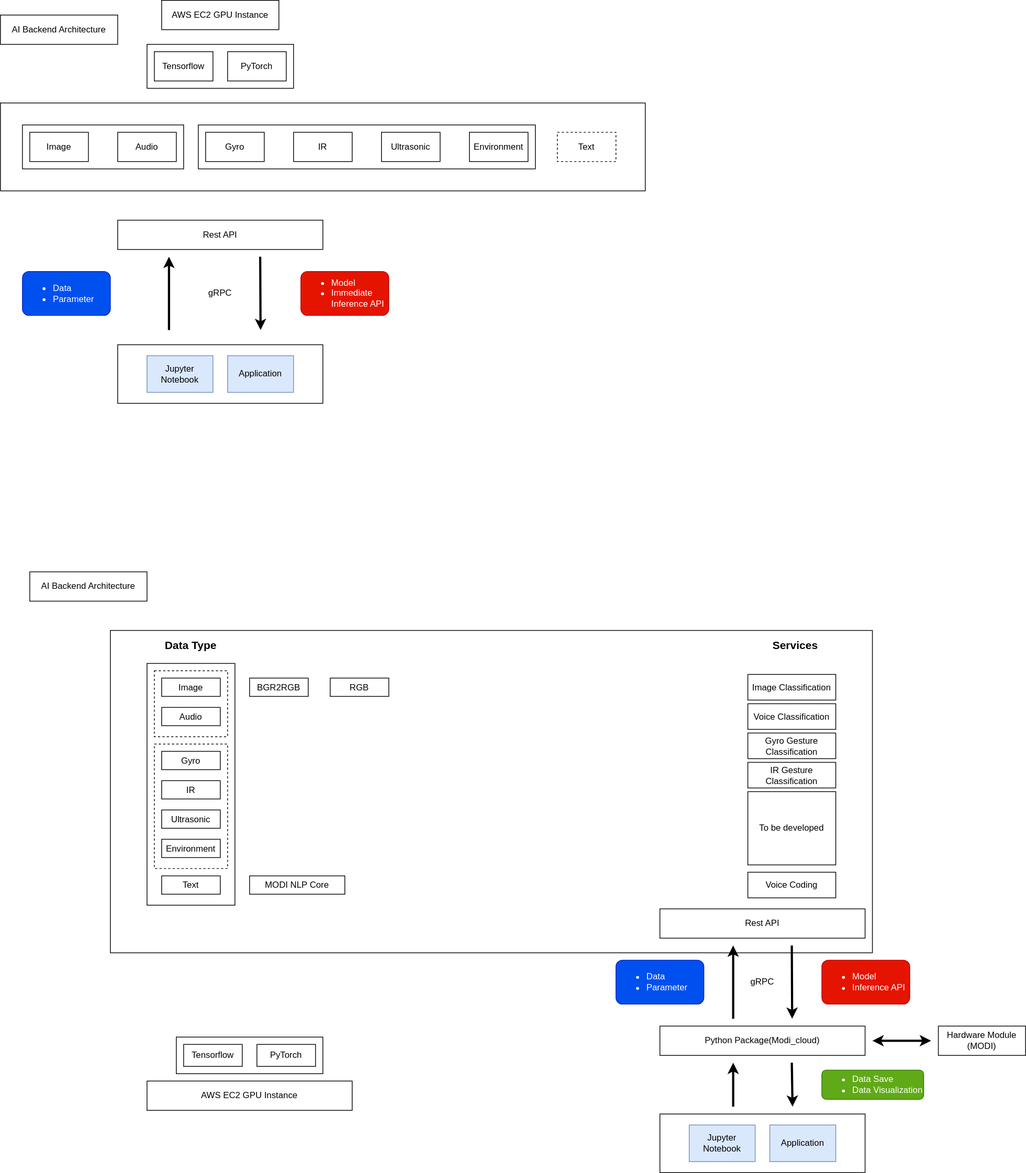
Above: test.svg in wsy8029/ml-api-server (draw.io), before the change. Source tidied: cells renumbered, new cells last; positions are measured from the earlier drawing's top-left corner, leaving out a move shared by most shapes.
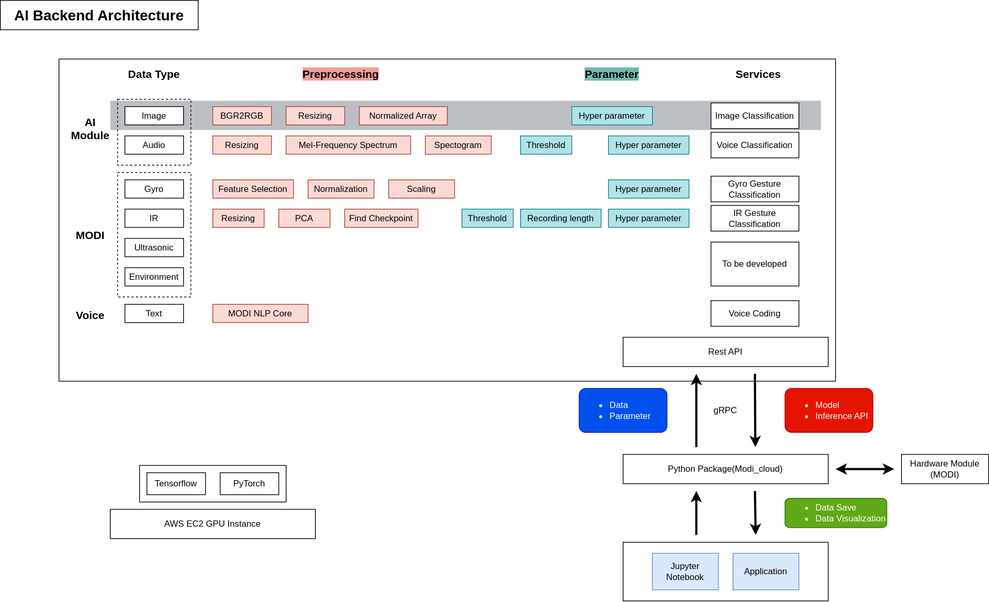
Later version of the same file.

Commit message:
AI Backend Architecture to v0.2

The edit, as a diff of the source:
```diff
@@ -3,90 +3,12 @@
     <mxCell id="0" />
     <mxCell id="1" parent="0" />
     <mxCell id="2" style="rounded=0;whiteSpace=wrap;html=1;align=left;" parent="1" vertex="1">
-      <mxGeometry x="150" y="860" width="1040" height="440" as="geometry" />
+      <mxGeometry x="130" y="860" width="1060" height="440" as="geometry" />
     </mxCell>
-    <mxCell id="3" style="rounded=0;whiteSpace=wrap;html=1;" parent="1" vertex="1">
-      <mxGeometry y="140" width="880" height="120" as="geometry" />
-    </mxCell>
-    <mxCell id="4" style="rounded=0;whiteSpace=wrap;html=1;" parent="1" vertex="1">
-      <mxGeometry x="30" y="170" width="220" height="60" as="geometry" />
-    </mxCell>
-    <mxCell id="5" style="rounded=0;whiteSpace=wrap;html=1;" parent="1" vertex="1">
-      <mxGeometry x="270" y="170" width="460" height="60" as="geometry" />
-    </mxCell>
-    <mxCell id="6" style="rounded=0;whiteSpace=wrap;html=1;" parent="1" vertex="1">
-      <mxGeometry x="160" y="470" width="280" height="80" as="geometry" />
-    </mxCell>
-    <mxCell id="7" value="Rest API" style="rounded=0;whiteSpace=wrap;html=1;" parent="1" vertex="1">
-      <mxGeometry x="160" y="300" width="280" height="40" as="geometry" />
-    </mxCell>
-    <mxCell id="8" style="rounded=0;whiteSpace=wrap;html=1;" parent="1" vertex="1">
-      <mxGeometry x="200" y="60" width="200" height="60" as="geometry" />
-    </mxCell>
-    <mxCell id="9" value="AI Backend Architecture" style="rounded=0;whiteSpace=wrap;html=1;" parent="1" vertex="1">
-      <mxGeometry y="20" width="160" height="40" as="geometry" />
-    </mxCell>
-    <mxCell id="10" value="Jupyter Notebook" style="rounded=0;whiteSpace=wrap;html=1;fillColor=#dae8fc;strokeColor=#6c8ebf;" parent="1" vertex="1">
-      <mxGeometry x="200" y="485" width="90" height="50" as="geometry" />
-    </mxCell>
-    <mxCell id="11" value="Application" style="rounded=0;whiteSpace=wrap;html=1;fillColor=#dae8fc;strokeColor=#6c8ebf;" parent="1" vertex="1">
-      <mxGeometry x="310" y="485" width="90" height="50" as="geometry" />
-    </mxCell>
-    <mxCell id="12" value="Tensorflow" style="rounded=0;whiteSpace=wrap;html=1;" parent="1" vertex="1">
-      <mxGeometry x="210" y="70" width="80" height="40" as="geometry" />
-    </mxCell>
-    <mxCell id="13" value="PyTorch" style="rounded=0;whiteSpace=wrap;html=1;" parent="1" vertex="1">
-      <mxGeometry x="310" y="70" width="80" height="40" as="geometry" />
-    </mxCell>
-    <mxCell id="14" style="endArrow=classic;html=1;strokeWidth=3;rounded=1;" parent="1" edge="1">
-      <mxGeometry relative="1" as="geometry">
-        <mxPoint x="230" y="450" as="sourcePoint" />
-        <mxPoint x="230" y="350" as="targetPoint" />
-      </mxGeometry>
-    </mxCell>
-    <mxCell id="15" style="endArrow=classic;html=1;strokeWidth=3;rounded=1;" parent="1" edge="1">
-      <mxGeometry relative="1" as="geometry">
-        <mxPoint x="354.5" y="350" as="sourcePoint" />
-        <mxPoint x="355" y="450" as="targetPoint" />
-      </mxGeometry>
-    </mxCell>
-    <mxCell id="16" value="&lt;ul&gt;&lt;li&gt;Data&lt;/li&gt;&lt;li&gt;Parameter&lt;/li&gt;&lt;/ul&gt;" style="rounded=1;whiteSpace=wrap;html=1;fillColor=#0050ef;strokeColor=#001DBC;fontColor=#ffffff;align=left;" parent="1" vertex="1">
-      <mxGeometry x="30" y="370" width="120" height="60" as="geometry" />
-    </mxCell>
-    <mxCell id="17" value="&lt;ul&gt;&lt;li&gt;Model&lt;/li&gt;&lt;li&gt;Immediate Inference API&lt;/li&gt;&lt;/ul&gt;" style="rounded=1;whiteSpace=wrap;html=1;fillColor=#e51400;strokeColor=#B20000;fontColor=#ffffff;align=left;" parent="1" vertex="1">
-      <mxGeometry x="410" y="370" width="120" height="60" as="geometry" />
-    </mxCell>
-    <mxCell id="18" value="gRPC" style="text;html=1;strokeColor=none;fillColor=none;align=center;verticalAlign=middle;whiteSpace=wrap;rounded=0;" parent="1" vertex="1">
-      <mxGeometry x="280" y="390" width="40" height="20" as="geometry" />
-    </mxCell>
-    <mxCell id="19" value="Image" style="rounded=0;whiteSpace=wrap;html=1;" parent="1" vertex="1">
-      <mxGeometry x="40" y="180" width="80" height="40" as="geometry" />
-    </mxCell>
-    <mxCell id="20" value="Audio" style="rounded=0;whiteSpace=wrap;html=1;" parent="1" vertex="1">
-      <mxGeometry x="160" y="180" width="80" height="40" as="geometry" />
-    </mxCell>
-    <mxCell id="21" value="Text" style="rounded=0;whiteSpace=wrap;html=1;dashed=1;" parent="1" vertex="1">
-      <mxGeometry x="760" y="180" width="80" height="40" as="geometry" />
-    </mxCell>
-    <mxCell id="22" value="Gyro" style="rounded=0;whiteSpace=wrap;html=1;" parent="1" vertex="1">
-      <mxGeometry x="280" y="180" width="80" height="40" as="geometry" />
-    </mxCell>
-    <mxCell id="23" value="IR" style="rounded=0;whiteSpace=wrap;html=1;" parent="1" vertex="1">
-      <mxGeometry x="400" y="180" width="80" height="40" as="geometry" />
-    </mxCell>
-    <mxCell id="24" value="Ultrasonic" style="rounded=0;whiteSpace=wrap;html=1;" parent="1" vertex="1">
-      <mxGeometry x="520" y="180" width="80" height="40" as="geometry" />
-    </mxCell>
-    <mxCell id="25" value="Environment" style="rounded=0;whiteSpace=wrap;html=1;" parent="1" vertex="1">
-      <mxGeometry x="640" y="180" width="80" height="40" as="geometry" />
-    </mxCell>
-    <mxCell id="26" value="AWS EC2 GPU Instance" style="rounded=0;whiteSpace=wrap;html=1;" parent="1" vertex="1">
-      <mxGeometry x="220" width="160" height="40" as="geometry" />
-    </mxCell>
-    <mxCell id="27" style="rounded=0;whiteSpace=wrap;html=1;" parent="1" vertex="1">
-      <mxGeometry x="200" y="905" width="120" height="330" as="geometry" />
-    </mxCell>
+    <mxCell id="68" style="rounded=0;whiteSpace=wrap;html=1;fontSize=15;align=left;fontColor=#ffffff;strokeColor=none;fillColor=#BBBFC4;" parent="1" vertex="1">
+      <mxGeometry x="200" y="917" width="970" height="40" as="geometry" />
+    </mxCell>
-    <mxCell id="28" style="rounded=0;whiteSpace=wrap;html=1;dashed=1;" parent="1" vertex="1">
+    <mxCell id="28" style="rounded=0;whiteSpace=wrap;html=1;dashed=1;fillColor=none;" parent="1" vertex="1">
       <mxGeometry x="210" y="915" width="100" height="90" as="geometry" />
     </mxCell>
     <mxCell id="29" style="rounded=0;whiteSpace=wrap;html=1;dashed=1;" parent="1" vertex="1">
@@ -101,8 +23,8 @@
     <mxCell id="32" style="rounded=0;whiteSpace=wrap;html=1;" parent="1" vertex="1">
       <mxGeometry x="240" y="1415" width="200" height="50" as="geometry" />
     </mxCell>
-    <mxCell id="33" value="AI Backend Architecture" style="rounded=0;whiteSpace=wrap;html=1;" parent="1" vertex="1">
-      <mxGeometry x="40" y="780" width="160" height="40" as="geometry" />
+    <mxCell id="33" value="AI Backend Architecture" style="rounded=0;whiteSpace=wrap;html=1;fontStyle=1;fontSize=20;" parent="1" vertex="1">
+      <mxGeometry x="50" y="780" width="270" height="40" as="geometry" />
     </mxCell>
     <mxCell id="34" value="Jupyter Notebook" style="rounded=0;whiteSpace=wrap;html=1;fillColor=#dae8fc;strokeColor=#6c8ebf;" parent="1" vertex="1">
       <mxGeometry x="940" y="1535" width="90" height="50" as="geometry" />
@@ -191,7 +113,7 @@
     <mxCell id="57" value="Data Type" style="text;html=1;strokeColor=none;fillColor=none;align=center;verticalAlign=middle;whiteSpace=wrap;rounded=0;labelBorderColor=none;fontStyle=1;fontSize=15;" parent="1" vertex="1">
       <mxGeometry x="215" y="870" width="90" height="20" as="geometry" />
     </mxCell>
-    <mxCell id="58" value="MODI NLP Core" style="rounded=0;whiteSpace=wrap;html=1;align=center;" parent="1" vertex="1">
+    <mxCell id="58" value="MODI NLP Core" style="rounded=0;whiteSpace=wrap;html=1;align=center;fillColor=#fad9d5;strokeColor=#ae4132;" parent="1" vertex="1">
       <mxGeometry x="340" y="1195" width="130" height="25" as="geometry" />
     </mxCell>
     <mxCell id="59" value="Services" style="text;html=1;strokeColor=none;fillColor=none;align=center;verticalAlign=middle;whiteSpace=wrap;rounded=0;labelBorderColor=none;fontStyle=1;fontSize=15;" parent="1" vertex="1">
@@ -204,22 +126,88 @@
       <mxGeometry x="1020" y="960" width="120" height="35" as="geometry" />
     </mxCell>
     <mxCell id="62" value="Gyro Gesture Classification" style="rounded=0;whiteSpace=wrap;html=1;" parent="1" vertex="1">
-      <mxGeometry x="1020" y="1000" width="120" height="35" as="geometry" />
+      <mxGeometry x="1020" y="1020" width="120" height="35" as="geometry" />
     </mxCell>
     <mxCell id="63" value="IR Gesture Classification" style="rounded=0;whiteSpace=wrap;html=1;" parent="1" vertex="1">
-      <mxGeometry x="1020" y="1040" width="120" height="35" as="geometry" />
+      <mxGeometry x="1020" y="1060" width="120" height="35" as="geometry" />
     </mxCell>
     <mxCell id="64" value="To be developed" style="rounded=0;whiteSpace=wrap;html=1;" parent="1" vertex="1">
-      <mxGeometry x="1020" y="1080" width="120" height="100" as="geometry" />
+      <mxGeometry x="1020" y="1110" width="120" height="60" as="geometry" />
     </mxCell>
     <mxCell id="65" value="Voice Coding" style="rounded=0;whiteSpace=wrap;html=1;align=center;" parent="1" vertex="1">
       <mxGeometry x="1020" y="1190" width="120" height="35" as="geometry" />
     </mxCell>
-    <mxCell id="66" value="BGR2RGB" style="rounded=0;whiteSpace=wrap;html=1;" parent="1" vertex="1">
+    <mxCell id="66" value="BGR2RGB" style="rounded=0;whiteSpace=wrap;html=1;fillColor=#fad9d5;strokeColor=#ae4132;" parent="1" vertex="1">
       <mxGeometry x="340" y="925" width="80" height="25" as="geometry" />
     </mxCell>
-    <mxCell id="67" value="RGB" style="rounded=0;whiteSpace=wrap;html=1;" parent="1" vertex="1">
-      <mxGeometry x="450" y="925" width="80" height="25" as="geometry" />
+    <mxCell id="67" value="Resizing" style="rounded=0;whiteSpace=wrap;html=1;fillColor=#fad9d5;strokeColor=#ae4132;" parent="1" vertex="1">
+      <mxGeometry x="440" y="925" width="80" height="25" as="geometry" />
     </mxCell>
+    <mxCell id="69" value="Normalized Array" style="rounded=0;whiteSpace=wrap;html=1;fillColor=#fad9d5;strokeColor=#ae4132;" parent="1" vertex="1">
+      <mxGeometry x="540" y="925" width="120" height="25" as="geometry" />
+    </mxCell>
+    <mxCell id="70" value="AI&lt;br&gt;Module" style="text;html=1;strokeColor=none;fillColor=none;align=center;verticalAlign=middle;whiteSpace=wrap;rounded=0;fontSize=15;fontStyle=1;" parent="1" vertex="1">
+      <mxGeometry x="153" y="945" width="40" height="20" as="geometry" />
+    </mxCell>
+    <mxCell id="71" value="MODI" style="text;html=1;strokeColor=none;fillColor=none;align=center;verticalAlign=middle;whiteSpace=wrap;rounded=0;fontSize=15;fontStyle=1;" parent="1" vertex="1">
+      <mxGeometry x="153" y="1090" width="40" height="20" as="geometry" />
+    </mxCell>
+    <mxCell id="72" value="Voice" style="text;html=1;strokeColor=none;fillColor=none;align=center;verticalAlign=middle;whiteSpace=wrap;rounded=0;fontSize=15;fontStyle=1;" parent="1" vertex="1">
+      <mxGeometry x="153" y="1200" width="40" height="20" as="geometry" />
+    </mxCell>
+    <mxCell id="73" value="Resizing" style="rounded=0;whiteSpace=wrap;html=1;fillColor=#fad9d5;strokeColor=#ae4132;" parent="1" vertex="1">
+      <mxGeometry x="340" y="965" width="80" height="25" as="geometry" />
+    </mxCell>
+    <mxCell id="74" value="Mel-Frequency Spectrum" style="rounded=0;whiteSpace=wrap;html=1;fillColor=#fad9d5;strokeColor=#ae4132;" parent="1" vertex="1">
+      <mxGeometry x="440" y="965" width="170" height="25" as="geometry" />
+    </mxCell>
+    <mxCell id="75" value="Spectogram" style="rounded=0;whiteSpace=wrap;html=1;fillColor=#fad9d5;strokeColor=#ae4132;" parent="1" vertex="1">
+      <mxGeometry x="630" y="965" width="90" height="25" as="geometry" />
+    </mxCell>
+    <mxCell id="76" value="Normalization" style="rounded=0;whiteSpace=wrap;html=1;fillColor=#fad9d5;strokeColor=#ae4132;" parent="1" vertex="1">
+      <mxGeometry x="470" y="1025" width="90" height="25" as="geometry" />
+    </mxCell>
+    <mxCell id="77" value="Feature Selection" style="rounded=0;whiteSpace=wrap;html=1;fillColor=#fad9d5;strokeColor=#ae4132;" parent="1" vertex="1">
+      <mxGeometry x="340" y="1025" width="110" height="25" as="geometry" />
+    </mxCell>
+    <mxCell id="78" value="Scaling" style="rounded=0;whiteSpace=wrap;html=1;fillColor=#fad9d5;strokeColor=#ae4132;" parent="1" vertex="1">
+      <mxGeometry x="580" y="1025" width="90" height="25" as="geometry" />
+    </mxCell>
+    <mxCell id="79" value="Preprocessing" style="text;html=1;strokeColor=none;fillColor=none;align=center;verticalAlign=middle;whiteSpace=wrap;rounded=0;labelBorderColor=none;fontStyle=1;fontSize=15;labelBackgroundColor=#F19C99;" parent="1" vertex="1">
+      <mxGeometry x="470" y="870" width="90" height="20" as="geometry" />
+    </mxCell>
+    <mxCell id="80" value="Parameter" style="text;html=1;strokeColor=none;fillColor=none;align=center;verticalAlign=middle;whiteSpace=wrap;rounded=0;labelBorderColor=none;fontStyle=1;fontSize=15;labelBackgroundColor=#70BAAD;" parent="1" vertex="1">
+      <mxGeometry x="840" y="870" width="90" height="20" as="geometry" />
+    </mxCell>
+    <mxCell id="81" value="Resizing" style="rounded=0;whiteSpace=wrap;html=1;fillColor=#fad9d5;strokeColor=#ae4132;" parent="1" vertex="1">
+      <mxGeometry x="340" y="1065" width="70" height="25" as="geometry" />
+    </mxCell>
+    <mxCell id="82" value="Threshold" style="rounded=0;whiteSpace=wrap;html=1;fillColor=#b0e3e6;strokeColor=#0e8088;" parent="1" vertex="1">
+      <mxGeometry x="680" y="1065" width="70" height="25" as="geometry" />
+    </mxCell>
+    <mxCell id="83" value="Recording length" style="rounded=0;whiteSpace=wrap;html=1;fillColor=#b0e3e6;strokeColor=#0e8088;" parent="1" vertex="1">
+      <mxGeometry x="760" y="1065" width="110" height="25" as="geometry" />
+    </mxCell>
+    <mxCell id="84" value="PCA" style="rounded=0;whiteSpace=wrap;html=1;fillColor=#fad9d5;strokeColor=#ae4132;" parent="1" vertex="1">
+      <mxGeometry x="430" y="1065" width="70" height="25" as="geometry" />
+    </mxCell>
+    <mxCell id="85" value="Find Checkpoint" style="rounded=0;whiteSpace=wrap;html=1;fillColor=#fad9d5;strokeColor=#ae4132;" parent="1" vertex="1">
+      <mxGeometry x="520" y="1065" width="100" height="25" as="geometry" />
+    </mxCell>
+    <mxCell id="86" value="Hyper parameter" style="rounded=0;whiteSpace=wrap;html=1;fillColor=#b0e3e6;strokeColor=#0e8088;" parent="1" vertex="1">
+      <mxGeometry x="830" y="925" width="110" height="25" as="geometry" />
+    </mxCell>
+    <mxCell id="87" value="Hyper parameter" style="rounded=0;whiteSpace=wrap;html=1;fillColor=#b0e3e6;strokeColor=#0e8088;" parent="1" vertex="1">
+      <mxGeometry x="880" y="965" width="110" height="25" as="geometry" />
+    </mxCell>
+    <mxCell id="88" value="Threshold" style="rounded=0;whiteSpace=wrap;html=1;fillColor=#b0e3e6;strokeColor=#0e8088;" parent="1" vertex="1">
+      <mxGeometry x="760" y="965" width="70" height="25" as="geometry" />
+    </mxCell>
+    <mxCell id="89" value="Hyper parameter" style="rounded=0;whiteSpace=wrap;html=1;fillColor=#b0e3e6;strokeColor=#0e8088;" parent="1" vertex="1">
+      <mxGeometry x="880" y="1025" width="110" height="25" as="geometry" />
+    </mxCell>
+    <mxCell id="90" value="Hyper parameter" style="rounded=0;whiteSpace=wrap;html=1;fillColor=#b0e3e6;strokeColor=#0e8088;" parent="1" vertex="1">
+      <mxGeometry x="880" y="1065" width="110" height="25" as="geometry" />
+    </mxCell>
   </root>
 </mxGraphModel>
```
